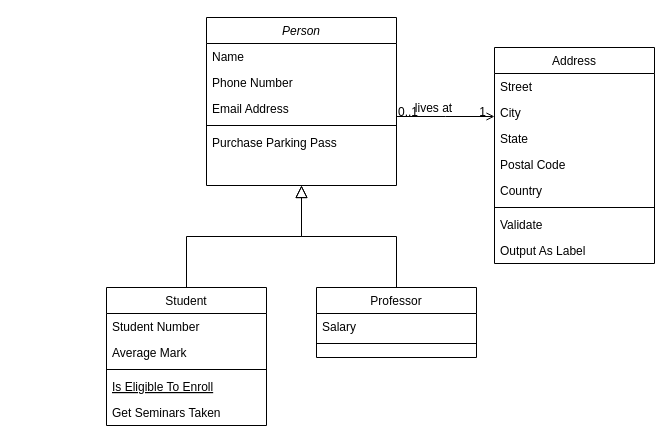
Earlier version of the draw.io diagram Diagrama sin título.drawio (CamilaApai/workspace-jap). Source tidied: cells renumbered, new cells numbered last; positions are measured from the earlier drawing's top-left corner, leaving out a move shared by most shapes. Both pictures are drawn from the tidied source at 100%, with x=0, y=0 at pixel (106, 17).
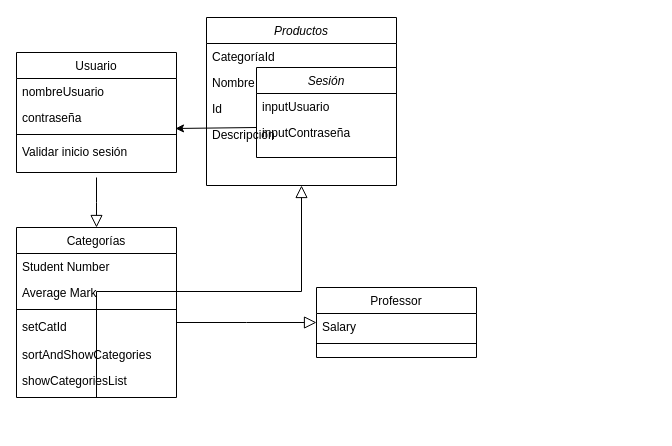
The same diagram, later.

Commit message:
Workspace e-mercado

Unchanged cells that the change refers to:
```xml
<mxCell id="15" value="Professor" style="swimlane;fontStyle=0;align=center;verticalAlign=top;horizontal=1;startSize=26;rounded=0;shadow=0;strokeWidth=1;" parent="1" vertex="1">
  <mxGeometry x="210" y="270" width="160" height="70" as="geometry" />
</mxCell>
```

Diff of the diagram source:
```diff
@@
-    <mxCell id="2" value="Person" style="swimlane;fontStyle=2;align=center;verticalAlign=top;horizontal=1;startSize=26;rounded=0;shadow=0;strokeWidth=1;" parent="1" vertex="1">
+    <mxCell id="2" value="Productos" style="swimlane;fontStyle=2;align=center;verticalAlign=top;horizontal=1;startSize=26;rounded=0;shadow=0;strokeWidth=1;" parent="1" vertex="1">
       <mxGeometry x="100" width="190" height="168" as="geometry" />
     </mxCell>
-    <mxCell id="3" value="Name" style="text;align=left;verticalAlign=top;spacingLeft=4;spacingRight=4;overflow=hidden;" parent="2" vertex="1">
+    <mxCell id="3" value="CategoríaId" style="text;align=left;verticalAlign=top;spacingLeft=4;spacingRight=4;overflow=hidden;" parent="2" vertex="1">
       <mxGeometry y="26" width="190" height="26" as="geometry" />
     </mxCell>
-    <mxCell id="4" value="Phone Number" style="text;align=left;verticalAlign=top;spacingLeft=4;spacingRight=4;overflow=hidden;rounded=0;shadow=0;html=0;" parent="2" vertex="1">
+    <mxCell id="4" value="Nombre" style="text;align=left;verticalAlign=top;spacingLeft=4;spacingRight=4;overflow=hidden;rounded=0;shadow=0;html=0;" parent="2" vertex="1">
       <mxGeometry y="52" width="190" height="26" as="geometry" />
     </mxCell>
-    <mxCell id="5" value="Email Address" style="text;align=left;verticalAlign=top;spacingLeft=4;spacingRight=4;overflow=hidden;rounded=0;shadow=0;html=0;" parent="2" vertex="1">
-      <mxGeometry y="78" width="190" height="26" as="geometry" />
-    </mxCell>
-    <mxCell id="6" style="line;html=1;strokeWidth=1;align=left;verticalAlign=middle;spacingTop=-1;spacingLeft=3;spacingRight=3;labelPosition=right;" parent="2" vertex="1">
-      <mxGeometry y="104" width="190" height="8" as="geometry" />
-    </mxCell>
-    <mxCell id="7" value="Purchase Parking Pass" style="text;align=left;verticalAlign=top;spacingLeft=4;spacingRight=4;overflow=hidden;" parent="2" vertex="1">
-      <mxGeometry y="112" width="190" height="26" as="geometry" />
-    </mxCell>
+    <mxCell id="32" value="Id" style="text;align=left;verticalAlign=top;spacingLeft=4;spacingRight=4;overflow=hidden;rounded=0;shadow=0;html=0;" parent="2" vertex="1">
+      <mxGeometry y="78" width="190" height="26" as="geometry" />
+    </mxCell>
+    <mxCell id="33" value="Descripción" style="text;align=left;verticalAlign=top;spacingLeft=4;spacingRight=4;overflow=hidden;rounded=0;shadow=0;html=0;" parent="2" vertex="1">
+      <mxGeometry y="104" width="190" height="26" as="geometry" />
+    </mxCell>
-    <mxCell id="8" value="Student" style="swimlane;fontStyle=0;align=center;verticalAlign=top;horizontal=1;startSize=26;rounded=0;shadow=0;strokeWidth=1;" parent="1" vertex="1">
-      <mxGeometry y="270" width="160" height="138" as="geometry" />
+    <mxCell id="8" value="Categorías" style="swimlane;fontStyle=0;align=center;verticalAlign=top;horizontal=1;startSize=26;rounded=0;shadow=0;strokeWidth=1;" parent="1" vertex="1">
+      <mxGeometry x="-90" y="210" width="160" height="170" as="geometry" />
     </mxCell>
@@
+    <mxCell id="13" value="setCatId" style="text;align=left;verticalAlign=top;spacingLeft=4;spacingRight=4;overflow=hidden;" parent="8" vertex="1">
+      <mxGeometry y="86" width="160" height="28" as="geometry" />
+    </mxCell>
+    <mxCell id="34" value="sortAndShowCategories" style="text;align=left;verticalAlign=top;spacingLeft=4;spacingRight=4;overflow=hidden;fontStyle=0;" parent="8" vertex="1">
+      <mxGeometry y="114" width="160" height="26" as="geometry" />
+    </mxCell>
-    <mxCell id="12" value="Is Eligible To Enroll" style="text;align=left;verticalAlign=top;spacingLeft=4;spacingRight=4;overflow=hidden;fontStyle=4;" parent="8" vertex="1">
-      <mxGeometry y="86" width="160" height="26" as="geometry" />
+    <mxCell id="12" value="showCategoriesList" style="text;align=left;verticalAlign=top;spacingLeft=4;spacingRight=4;overflow=hidden;fontStyle=0;" parent="8" vertex="1">
+      <mxGeometry y="140" width="160" height="26" as="geometry" />
     </mxCell>
-    <mxCell id="13" value="Get Seminars Taken" style="text;align=left;verticalAlign=top;spacingLeft=4;spacingRight=4;overflow=hidden;" parent="8" vertex="1">
-      <mxGeometry y="112" width="160" height="26" as="geometry" />
-    </mxCell>
-    <mxCell id="14" style="endArrow=block;endSize=10;endFill=0;shadow=0;strokeWidth=1;rounded=0;edgeStyle=elbowEdgeStyle;elbow=vertical;" parent="1" edge="1" source="8" target="2">
-      <mxGeometry relative="1" as="geometry" />
+    <mxCell id="14" style="endArrow=block;endSize=10;endFill=0;shadow=0;strokeWidth=1;rounded=0;edgeStyle=elbowEdgeStyle;elbow=vertical;entryX=0.5;entryY=0;entryDx=0;entryDy=0;" parent="1" edge="1" target="8">
+      <mxGeometry relative="1" as="geometry">
+        <mxPoint x="-10" y="160" as="sourcePoint" />
+      </mxGeometry>
     </mxCell>
@@
-    <mxCell id="18" style="endArrow=block;endSize=10;endFill=0;shadow=0;strokeWidth=1;rounded=0;edgeStyle=elbowEdgeStyle;elbow=vertical;" parent="1" edge="1" source="15" target="2">
+    <mxCell id="18" style="endArrow=block;endSize=10;endFill=0;shadow=0;strokeWidth=1;rounded=0;edgeStyle=elbowEdgeStyle;elbow=vertical;" parent="1" edge="1" source="8" target="15">
       <mxGeometry relative="1" as="geometry" />
     </mxCell>
-    <mxCell id="19" value="Address" style="swimlane;fontStyle=0;align=center;verticalAlign=top;horizontal=1;startSize=26;rounded=0;shadow=0;strokeWidth=1;" parent="1" vertex="1">
-      <mxGeometry x="388" y="30" width="160" height="216" as="geometry" />
+    <mxCell id="19" value="Usuario" style="swimlane;fontStyle=0;align=center;verticalAlign=top;horizontal=1;startSize=26;rounded=0;shadow=0;strokeWidth=1;" parent="1" vertex="1">
+      <mxGeometry x="-90" y="35" width="160" height="120" as="geometry" />
     </mxCell>
-    <mxCell id="20" value="Street" style="text;align=left;verticalAlign=top;spacingLeft=4;spacingRight=4;overflow=hidden;" parent="19" vertex="1">
+    <mxCell id="20" value="nombreUsuario" style="text;align=left;verticalAlign=top;spacingLeft=4;spacingRight=4;overflow=hidden;" parent="19" vertex="1">
       <mxGeometry y="26" width="160" height="26" as="geometry" />
     </mxCell>
-    <mxCell id="21" value="City" style="text;align=left;verticalAlign=top;spacingLeft=4;spacingRight=4;overflow=hidden;rounded=0;shadow=0;html=0;" parent="19" vertex="1">
+    <mxCell id="21" value="contraseña" style="text;align=left;verticalAlign=top;spacingLeft=4;spacingRight=4;overflow=hidden;rounded=0;shadow=0;html=0;" parent="19" vertex="1">
       <mxGeometry y="52" width="160" height="26" as="geometry" />
     </mxCell>
-    <mxCell id="22" value="State" style="text;align=left;verticalAlign=top;spacingLeft=4;spacingRight=4;overflow=hidden;rounded=0;shadow=0;html=0;" parent="19" vertex="1">
-      <mxGeometry y="78" width="160" height="26" as="geometry" />
-    </mxCell>
-    <mxCell id="23" value="Postal Code" style="text;align=left;verticalAlign=top;spacingLeft=4;spacingRight=4;overflow=hidden;rounded=0;shadow=0;html=0;" parent="19" vertex="1">
-      <mxGeometry y="104" width="160" height="26" as="geometry" />
-    </mxCell>
-    <mxCell id="24" value="Country" style="text;align=left;verticalAlign=top;spacingLeft=4;spacingRight=4;overflow=hidden;rounded=0;shadow=0;html=0;" parent="19" vertex="1">
-      <mxGeometry y="130" width="160" height="26" as="geometry" />
-    </mxCell>
     <mxCell id="25" style="line;html=1;strokeWidth=1;align=left;verticalAlign=middle;spacingTop=-1;spacingLeft=3;spacingRight=3;labelPosition=right;" parent="19" vertex="1">
-      <mxGeometry y="156" width="160" height="8" as="geometry" />
+      <mxGeometry y="78" width="160" height="8" as="geometry" />
     </mxCell>
-    <mxCell id="26" value="Validate" style="text;align=left;verticalAlign=top;spacingLeft=4;spacingRight=4;overflow=hidden;" parent="19" vertex="1">
-      <mxGeometry y="164" width="160" height="26" as="geometry" />
+    <mxCell id="26" value="Validar inicio sesión" style="text;align=left;verticalAlign=top;spacingLeft=4;spacingRight=4;overflow=hidden;" parent="19" vertex="1">
+      <mxGeometry y="86" width="160" height="26" as="geometry" />
     </mxCell>
-    <mxCell id="27" value="Output As Label" style="text;align=left;verticalAlign=top;spacingLeft=4;spacingRight=4;overflow=hidden;" parent="19" vertex="1">
-      <mxGeometry y="190" width="160" height="26" as="geometry" />
-    </mxCell>
-    <mxCell id="28" style="endArrow=open;shadow=0;strokeWidth=1;rounded=0;endFill=1;edgeStyle=elbowEdgeStyle;elbow=vertical;" parent="1" edge="1" source="2" target="19">
-      <mxGeometry x="0.5" y="41" relative="1" as="geometry">
-        <mxPoint x="-40" y="32" as="offset" />
-      </mxGeometry>
-    </mxCell>
-    <mxCell id="29" value="0..1" style="align=left;verticalAlign=bottom;labelBackgroundColor=none;fontSize=12;" parent="28" vertex="1">
-      <mxGeometry x="-1" relative="1" as="geometry">
-        <mxPoint y="4" as="offset" />
-      </mxGeometry>
-    </mxCell>
-    <mxCell id="30" value="1" style="align=right;verticalAlign=bottom;labelBackgroundColor=none;fontSize=12;" parent="28" vertex="1">
-      <mxGeometry x="1" relative="1" as="geometry">
-        <mxPoint x="-7" y="4" as="offset" />
-      </mxGeometry>
-    </mxCell>
-    <mxCell id="31" value="lives at" style="text;html=1;align=center;verticalAlign=middle;labelBackgroundColor=none;rounded=0;shadow=0;strokeWidth=1;fontSize=12;" parent="28" vertex="1">
-      <mxGeometry x="0.5" y="49" relative="1" as="geometry">
-        <mxPoint x="-38" y="40" as="offset" />
-      </mxGeometry>
-    </mxCell>
+    <mxCell id="35" value="Sesión" style="swimlane;fontStyle=2;align=center;verticalAlign=top;horizontal=1;startSize=26;rounded=0;shadow=0;strokeWidth=1;" parent="1" vertex="1">
+      <mxGeometry x="150" y="50" width="140" height="90" as="geometry" />
+    </mxCell>
+    <mxCell id="36" value="inputUsuario" style="text;align=left;verticalAlign=top;spacingLeft=4;spacingRight=4;overflow=hidden;" parent="35" vertex="1">
+      <mxGeometry y="26" width="140" height="26" as="geometry" />
+    </mxCell>
+    <mxCell id="37" value="inputContraseña" style="text;align=left;verticalAlign=top;spacingLeft=4;spacingRight=4;overflow=hidden;rounded=0;shadow=0;html=0;" parent="35" vertex="1">
+      <mxGeometry y="52" width="140" height="26" as="geometry" />
+    </mxCell>
+    <mxCell id="38" style="endArrow=classic;html=1;rounded=0;entryX=0.994;entryY=1.038;entryDx=0;entryDy=0;entryPerimeter=0;" parent="1" edge="1">
+      <mxGeometry relative="1" as="geometry">
+        <mxPoint x="150" y="110" as="sourcePoint" />
+        <mxPoint x="69" y="111" as="targetPoint" />
+      </mxGeometry>
+    </mxCell>
+    <mxCell id="39" style="endArrow=block;endSize=10;endFill=0;shadow=0;strokeWidth=1;rounded=0;edgeStyle=elbowEdgeStyle;elbow=vertical;exitX=0.5;exitY=1;exitDx=0;exitDy=0;" parent="1" edge="1" source="8" target="2">
+      <mxGeometry relative="1" as="geometry" />
+    </mxCell>
```
